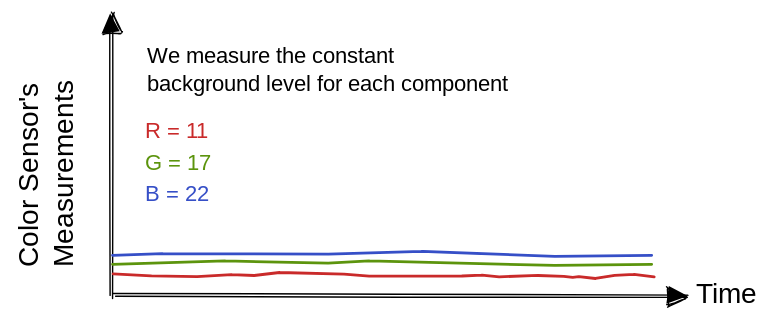
Before: .gitbook/assets/file.excalidraw.svg, a diagram exported from Excalidraw (winf-hsos/winf-docs). Source tidied: one line per element, renumbered; positions are measured from the earlier drawing's top-left corner, leaving out a move shared by most shapes.
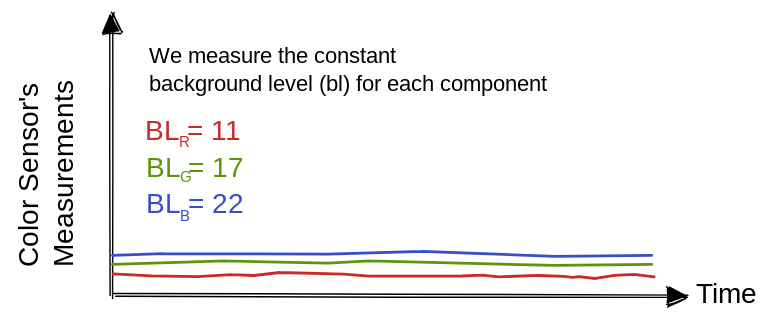
After the change.

The edit, as a diff of the source:
```diff
@@ -5,7 +5,10 @@
 {"id": 4, "type": "line", "strokeColor": "#c92a2a", "strokeWidth": 2, "roughness": 0, "x": 115, "y": 185, "width": 387, "height": 4, "points": [[0, 0], [27, 2], [60, 2], [85, 1], [101, 1], [119, -1], [165, 0], [183, 2], [249, 2], [264, 1], [276, 2], [304, 1], [322, 2], [328, 3], [333, 2], [345, 3], [358, 1], [372, 0], [387, 2]]}
 {"id": 5, "type": "line", "strokeColor": "#5c940d", "strokeWidth": 2, "roughness": 0, "x": 115, "y": 178, "width": 385, "height": 3, "points": [[0, 0], [80, -2], [154, -1], [183, -2], [316, 1], [385, 0]]}
 {"id": 6, "type": "line", "strokeColor": "#364fc7", "strokeWidth": 2, "roughness": 0, "x": 115, "y": 172, "width": 385, "height": 4, "points": [[0, 0], [36, -1], [154, -1], [221, -3], [316, 1], [385, 0]]}
-{"id": 7, "type": "text", "text": "We measure the constant \nbackground level for each component", "strokeColor": "#000000", "strokeWidth": 2, "roughness": 0, "fontSize": 16, "fontFamily": 1, "x": 140, "y": 20, "width": 288, "height": 40}
+{"id": 7, "type": "text", "text": "We measure the constant \nbackground level (bl) for each component", "strokeColor": "#000000", "strokeWidth": 2, "roughness": 0, "fontSize": 16, "fontFamily": 1, "x": 141, "y": 20, "width": 320, "height": 40}
-{"id": 8, "type": "text", "text": "R = 11", "strokeColor": "#c92a2a", "strokeWidth": 2, "roughness": 0, "fontSize": 16, "fontFamily": 3, "x": 138, "y": 73, "width": 58, "height": 19}
+{"id": 8, "type": "text", "text": "BL = 11", "strokeColor": "#c92a2a", "strokeWidth": 2, "roughness": 0, "fontSize": 20, "fontFamily": 3, "x": 138, "y": 70, "width": 84, "height": 24}
-{"id": 9, "type": "text", "text": "G = 17", "strokeColor": "#5c940d", "strokeWidth": 2, "roughness": 0, "fontSize": 16, "fontFamily": 3, "x": 138, "y": 96, "width": 58, "height": 19}
+{"id": 9, "type": "text", "text": "BL = 17", "strokeColor": "#5c940d", "strokeWidth": 2, "roughness": 0, "fontSize": 20, "fontFamily": 3, "x": 139, "y": 97, "width": 84, "height": 24}
-{"id": 10, "type": "text", "text": "B = 22", "strokeColor": "#364fc7", "strokeWidth": 2, "roughness": 0, "fontSize": 16, "fontFamily": 3, "x": 138, "y": 118, "width": 58, "height": 19}
+{"id": 10, "type": "text", "text": "BL = 22", "strokeColor": "#364fc7", "strokeWidth": 2, "roughness": 0, "fontSize": 20, "fontFamily": 3, "x": 139, "y": 123, "width": 84, "height": 24}
+{"id": 11, "type": "text", "text": "R", "strokeColor": "#c92a2a", "strokeWidth": 2, "roughness": 0, "fontSize": 11.0, "fontFamily": 3, "x": 162, "y": 84, "width": 8, "height": 13}
+{"id": 12, "type": "text", "text": "G", "strokeColor": "#5c940d", "strokeWidth": 2, "roughness": 0, "fontSize": 11.0, "fontFamily": 3, "x": 163, "y": 109, "width": 8, "height": 13}
+{"id": 13, "type": "text", "text": "B", "strokeColor": "#364fc7", "strokeWidth": 2, "roughness": 0, "fontSize": 11.0, "fontFamily": 3, "x": 163, "y": 137, "width": 8, "height": 13}
```
